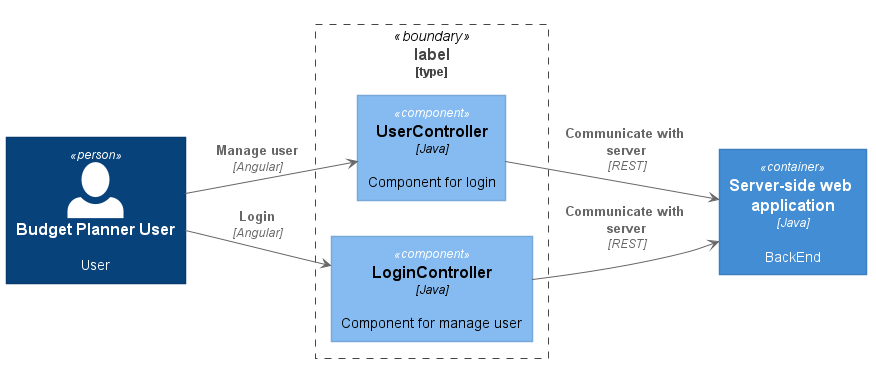
The PlantUML diagram docs/c4/c3-front.png in barteksiewniak/budget-planner, before a commit.
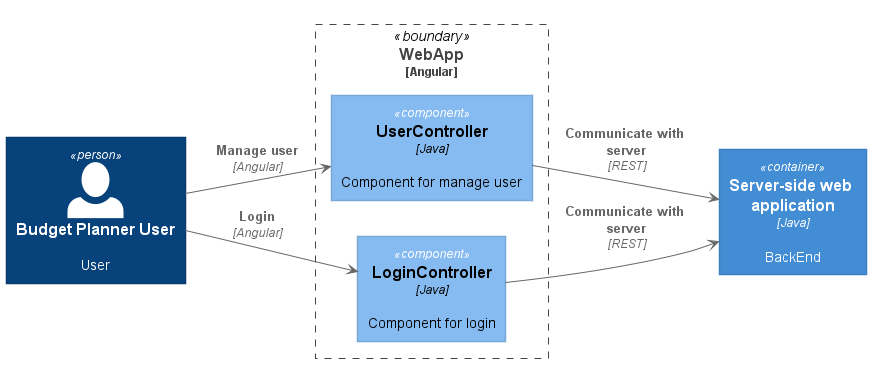
Above is the later version.

Commit message:
Typo and correction for 2 models.

What changed in the source:
```diff
@@ -3,9 +3,9 @@
 !include https://raw.githubusercontent.com/stawirej/C4-PlantUML/master/C4_Component.puml
 LAYOUT_LEFT_RIGHT()
 Person(user, "Budget Planner User", "User")
-Boundary(alias, "label", "type") {
-    Component(userController, "UserController", "Java", "Component for login")
-    Component(loginController, "LoginController", "Java", "Component for manage user")
+Boundary(alias, "WebApp", "Angular") {
+    Component(userController, "UserController", "Java", "Component for manage user")
+    Component(loginController, "LoginController", "Java", "Component for login")
 }
 Container(server, "Server-side web application", "Java", "BackEnd")
 
```
